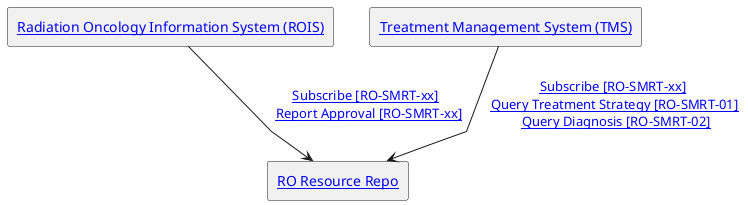
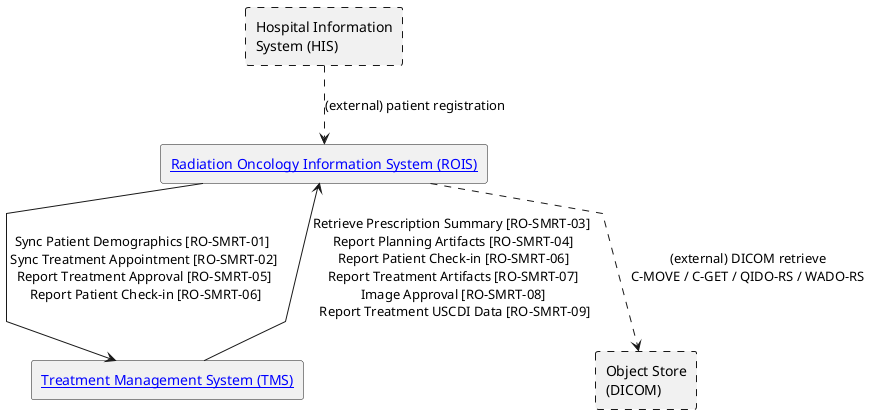
@startuml
' with below line the SVG is not scaled/zoomed to fit the outer frame
skinparam svgDimensionStyle true
'skinparam linetype ortho
skinparam linetype polyline
'skinparam ranksep 100
'scale max 200 width
+ 
agent "[[#radiation-oncology-information-system Radiation Oncology Information System (ROIS)]]" as ROIS
agent "[[#treatment-management-system Treatment Management System (TMS)]]" as TMS
- agent "[[#ro-resource-repo RO Resource Repo]]" as REPO
- TMS -down-> REPO : [[RO-SMRT-xx.html Subscribe ~[RO-SMRT-xx~]]] \n [[RO-SMRT-01.html Query Treatment Strategy ~[RO-SMRT-01~]]] \n [[RO-SMRT-02.html Query Diagnosis ~[RO-SMRT-02~]]]
- ROIS -down-> REPO : [[RO-SMRT-xx.html Subscribe ~[RO-SMRT-xx~]]] \n [[RO-SMRT-xx.html Report Approval ~[RO-SMRT-xx~]]]
+ agent "Hospital Information\nSystem (HIS)" as HIS #line.dashed
+ agent "Object Store\n(DICOM)" as OST #line.dashed
+ 
+ HIS .down.> ROIS : (external) patient registration
+ ROIS -down-> TMS : Sync Patient Demographics [RO-SMRT-01] \n Sync Treatment Appointment [RO-SMRT-02] \n Report Treatment Approval [RO-SMRT-05] \n Report Patient Check-in [RO-SMRT-06]
+ TMS -up-> ROIS : Retrieve Prescription Summary [RO-SMRT-03] \n Report Planning Artifacts [RO-SMRT-04] \n Report Patient Check-in [RO-SMRT-06] \n Report Treatment Artifacts [RO-SMRT-07] \n Image Approval [RO-SMRT-08] \n Report Treatment USCDI Data [RO-SMRT-09]
+ ROIS .down.> OST : (external) DICOM retrieve\nC-MOVE / C-GET / QIDO-RS / WADO-RS
@enduml
